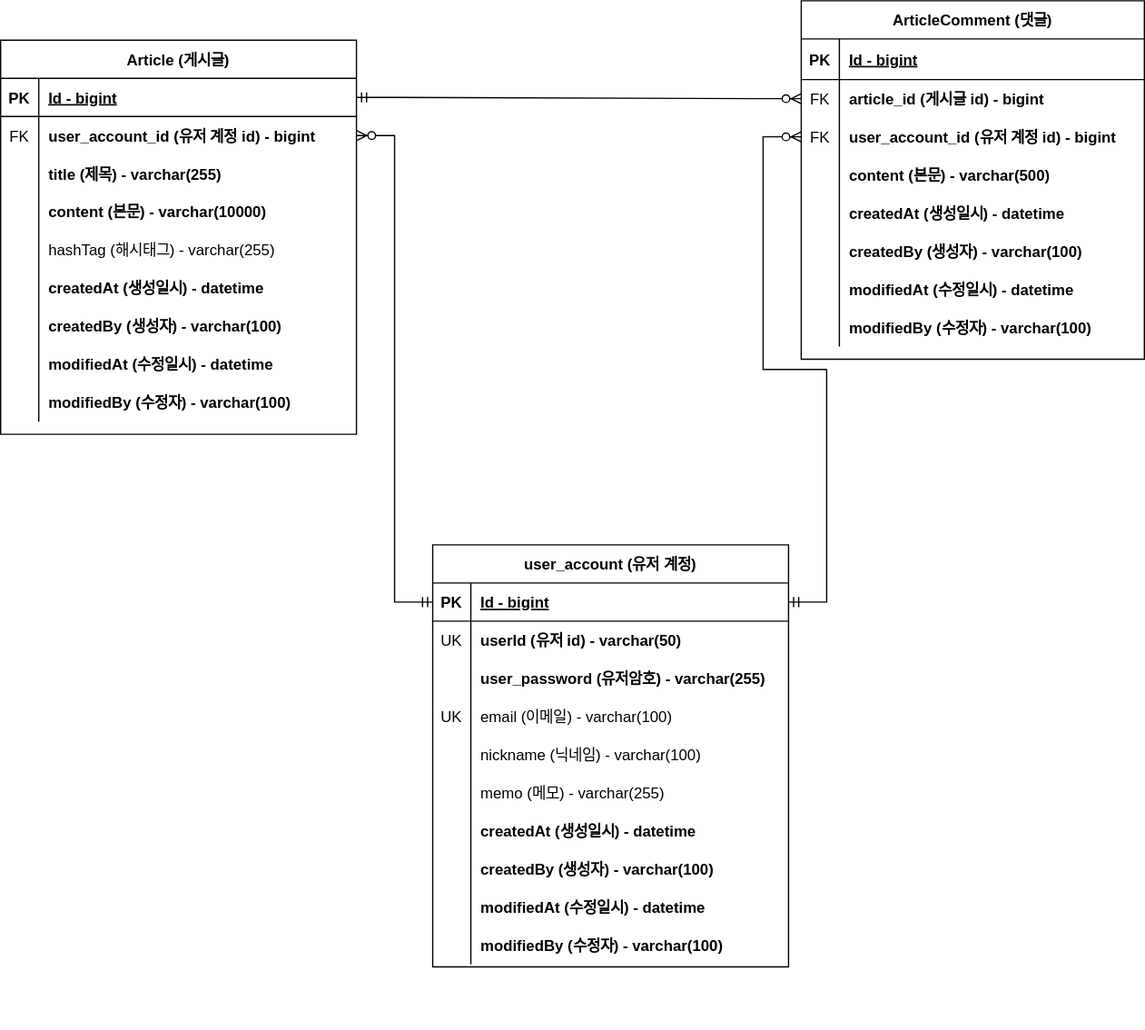
Before: document/project-board-erd.svg, a diagram exported from draw.io (JakePark929/jake-project-board). Source tidied: cells renumbered, new cells last; positions are measured from the earlier drawing's top-left corner, leaving out a move shared by most shapes.
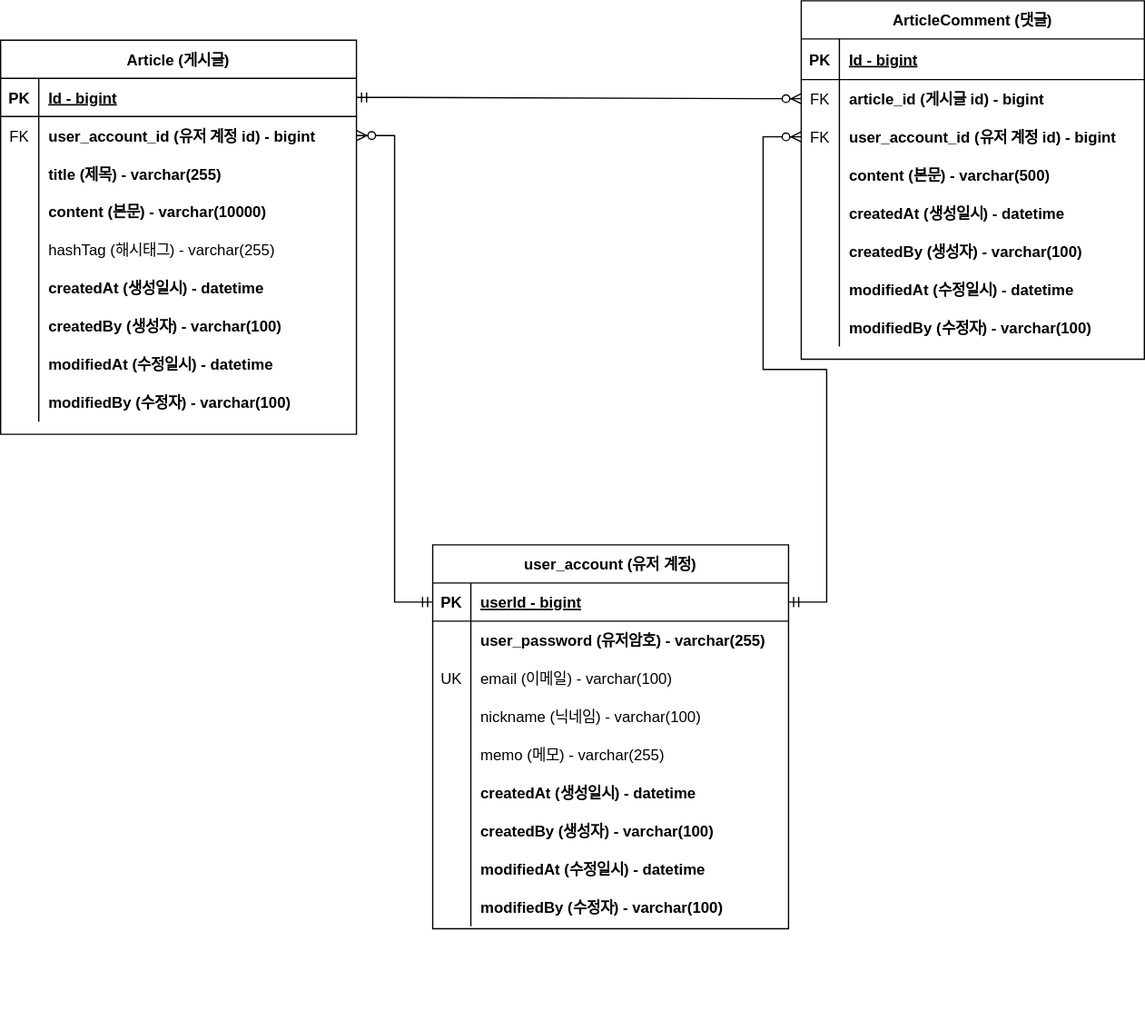
After the change.

Commit message:
#39 - ERD 문서 수정: 회원 계정 user_id를 PK로 변경

회원 계정 기존`id`를 삭제하고 `user_id`를
pk로 변경하는 그림 적용

Diff of the diagram source:
```diff
@@ -165,7 +165,7 @@
       <mxGeometry relative="1" as="geometry" />
     </mxCell>
     <mxCell id="56" value="user_account (유저 계정)" style="shape=table;startSize=30;rowLines=0;fontStyle=1;align=center;" parent="1" vertex="1">
-      <mxGeometry x="340" y="428" width="280" height="332" as="geometry" />
+      <mxGeometry x="340" y="428" width="280" height="302" as="geometry" />
     </mxCell>
     <mxCell id="57" style="shape=tableRow;horizontal=0;startSize=0;swimlaneHead=0;swimlaneBody=0;fillColor=none;points=[[0,0.5],[1,0.5]];portConstraint=eastwest;top=0;left=0;right=0;bottom=1;" parent="56" vertex="1">
       <mxGeometry y="30" width="280" height="30" as="geometry" />
@@ -173,20 +173,11 @@
     <mxCell id="58" value="PK" style="shape=partialRectangle;fillColor=none;top=0;left=0;bottom=0;right=0;fontStyle=1;overflow=hidden;" parent="57" vertex="1">
       <mxGeometry width="30" height="30" as="geometry" />
     </mxCell>
-    <mxCell id="59" value="Id - bigint" style="shape=partialRectangle;fillColor=none;top=0;left=0;bottom=0;right=0;align=left;spacingLeft=6;fontStyle=5;overflow=hidden;" parent="57" vertex="1">
+    <mxCell id="59" value="userId - bigint" style="shape=partialRectangle;fillColor=none;top=0;left=0;bottom=0;right=0;align=left;spacingLeft=6;fontStyle=5;overflow=hidden;" parent="57" vertex="1">
       <mxGeometry x="30" width="250" height="30" as="geometry" />
     </mxCell>
-    <mxCell id="60" style="shape=tableRow;horizontal=0;startSize=0;swimlaneHead=0;swimlaneBody=0;fillColor=none;top=0;left=0;right=0;bottom=0;" parent="56" vertex="1">
-      <mxGeometry y="60" width="280" height="30" as="geometry" />
-    </mxCell>
-    <mxCell id="61" value="UK" style="shape=partialRectangle;fillColor=none;top=0;left=0;bottom=0;right=0;overflow=hidden;" parent="60" vertex="1">
-      <mxGeometry width="30" height="30" as="geometry" />
-    </mxCell>
-    <mxCell id="62" value="userId (유저 id) - varchar(50)" style="shape=partialRectangle;fillColor=none;top=0;left=0;bottom=0;right=0;align=left;spacingLeft=6;overflow=hidden;fontStyle=1;" parent="60" vertex="1">
-      <mxGeometry x="30" width="250" height="30" as="geometry" />
-    </mxCell>
     <mxCell id="63" style="shape=tableRow;horizontal=0;startSize=0;swimlaneHead=0;swimlaneBody=0;fillColor=none;top=0;left=0;right=0;bottom=0;" parent="56" vertex="1">
-      <mxGeometry y="90" width="280" height="30" as="geometry" />
+      <mxGeometry y="60" width="280" height="30" as="geometry" />
     </mxCell>
     <mxCell id="64" style="shape=partialRectangle;fillColor=none;top=0;left=0;bottom=0;right=0;overflow=hidden;" parent="63" vertex="1">
       <mxGeometry width="30" height="30" as="geometry" />
@@ -195,7 +186,7 @@
       <mxGeometry x="30" width="250" height="30" as="geometry" />
     </mxCell>
     <mxCell id="66" style="shape=tableRow;horizontal=0;startSize=0;swimlaneHead=0;swimlaneBody=0;fillColor=none;top=0;left=0;right=0;bottom=0;" parent="56" vertex="1">
-      <mxGeometry y="120" width="280" height="30" as="geometry" />
+      <mxGeometry y="90" width="280" height="30" as="geometry" />
     </mxCell>
     <mxCell id="67" value="UK" style="shape=partialRectangle;fillColor=none;top=0;left=0;bottom=0;right=0;overflow=hidden;" parent="66" vertex="1">
       <mxGeometry width="30" height="30" as="geometry" />
@@ -204,7 +195,7 @@
       <mxGeometry x="30" width="250" height="30" as="geometry" />
     </mxCell>
     <mxCell id="69" style="shape=tableRow;horizontal=0;startSize=0;swimlaneHead=0;swimlaneBody=0;fillColor=none;top=0;left=0;right=0;bottom=0;" parent="56" vertex="1">
-      <mxGeometry y="150" width="280" height="30" as="geometry" />
+      <mxGeometry y="120" width="280" height="30" as="geometry" />
     </mxCell>
     <mxCell id="70" style="shape=partialRectangle;fillColor=none;top=0;left=0;bottom=0;right=0;overflow=hidden;" parent="69" vertex="1">
       <mxGeometry width="30" height="30" as="geometry" />
@@ -213,7 +204,7 @@
       <mxGeometry x="30" width="250" height="30" as="geometry" />
     </mxCell>
     <mxCell id="72" style="shape=tableRow;horizontal=0;startSize=0;swimlaneHead=0;swimlaneBody=0;fillColor=none;top=0;left=0;right=0;bottom=0;" parent="56" vertex="1">
-      <mxGeometry y="180" width="280" height="30" as="geometry" />
+      <mxGeometry y="150" width="280" height="30" as="geometry" />
     </mxCell>
     <mxCell id="73" style="shape=partialRectangle;fillColor=none;top=0;left=0;bottom=0;right=0;overflow=hidden;" parent="72" vertex="1">
       <mxGeometry width="30" height="30" as="geometry" />
@@ -222,7 +213,7 @@
       <mxGeometry x="30" width="250" height="30" as="geometry" />
     </mxCell>
     <mxCell id="75" style="shape=tableRow;horizontal=0;startSize=0;swimlaneHead=0;swimlaneBody=0;fillColor=none;top=0;left=0;right=0;bottom=0;" parent="56" vertex="1">
-      <mxGeometry y="210" width="280" height="30" as="geometry" />
+      <mxGeometry y="180" width="280" height="30" as="geometry" />
     </mxCell>
     <mxCell id="76" style="shape=partialRectangle;fillColor=none;top=0;left=0;bottom=0;right=0;overflow=hidden;" parent="75" vertex="1">
       <mxGeometry width="30" height="30" as="geometry" />
@@ -231,7 +222,7 @@
       <mxGeometry x="30" width="250" height="30" as="geometry" />
     </mxCell>
     <mxCell id="78" style="shape=tableRow;horizontal=0;startSize=0;swimlaneHead=0;swimlaneBody=0;fillColor=none;top=0;left=0;right=0;bottom=0;" parent="56" vertex="1">
-      <mxGeometry y="240" width="280" height="30" as="geometry" />
+      <mxGeometry y="210" width="280" height="30" as="geometry" />
     </mxCell>
     <mxCell id="79" style="shape=partialRectangle;fillColor=none;top=0;left=0;bottom=0;right=0;overflow=hidden;" parent="78" vertex="1">
       <mxGeometry width="30" height="30" as="geometry" />
@@ -240,7 +231,7 @@
       <mxGeometry x="30" width="250" height="30" as="geometry" />
     </mxCell>
     <mxCell id="81" style="shape=tableRow;horizontal=0;startSize=0;swimlaneHead=0;swimlaneBody=0;fillColor=none;top=0;left=0;right=0;bottom=0;" parent="56" vertex="1">
-      <mxGeometry y="270" width="280" height="30" as="geometry" />
+      <mxGeometry y="240" width="280" height="30" as="geometry" />
     </mxCell>
     <mxCell id="82" style="shape=partialRectangle;fillColor=none;top=0;left=0;bottom=0;right=0;overflow=hidden;" parent="81" vertex="1">
       <mxGeometry width="30" height="30" as="geometry" />
@@ -249,7 +240,7 @@
       <mxGeometry x="30" width="250" height="30" as="geometry" />
     </mxCell>
     <mxCell id="84" style="shape=tableRow;horizontal=0;startSize=0;swimlaneHead=0;swimlaneBody=0;fillColor=none;top=0;left=0;right=0;bottom=0;" parent="56" vertex="1">
-      <mxGeometry y="300" width="280" height="30" as="geometry" />
+      <mxGeometry y="270" width="280" height="30" as="geometry" />
     </mxCell>
     <mxCell id="85" style="shape=partialRectangle;fillColor=none;top=0;left=0;bottom=0;right=0;overflow=hidden;" parent="84" vertex="1">
       <mxGeometry width="30" height="30" as="geometry" />
```
